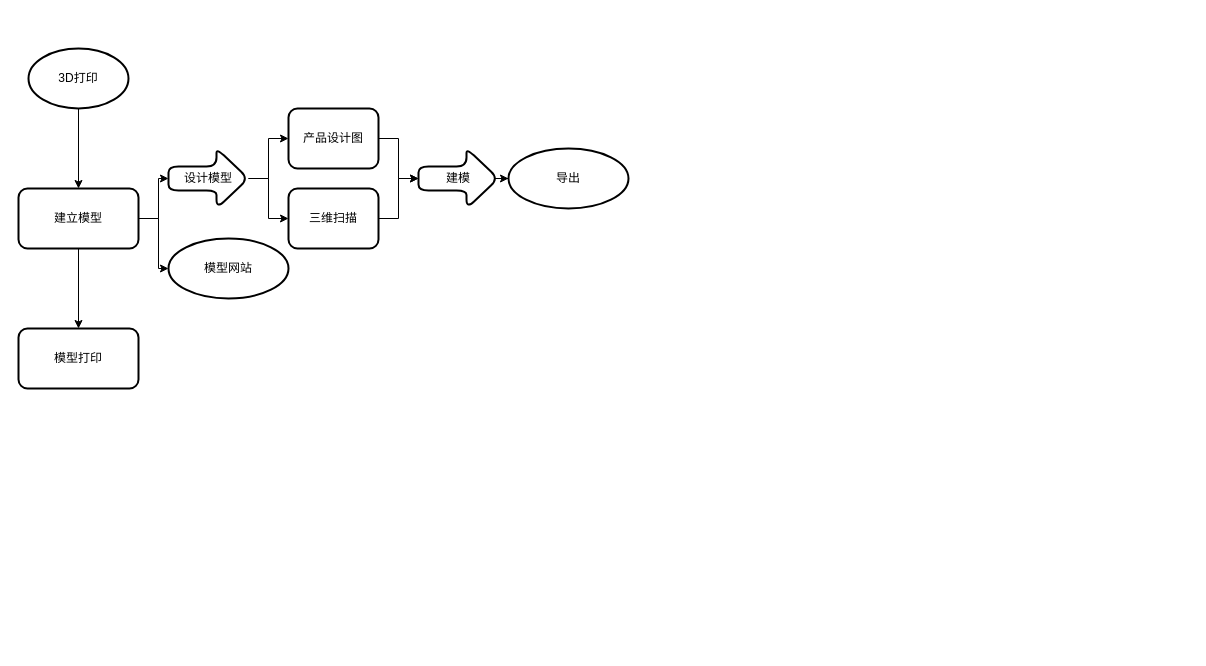
Before: Untitled Diagram.drawio in 542113461052/oj, a draw.io diagram. Source tidied: cells renumbered, new cells numbered last; positions are measured from the earlier drawing's top-left corner, leaving out a move shared by most shapes. Both pictures are drawn from the tidied source at 100%, with x=0, y=0 at pixel (18, 48).
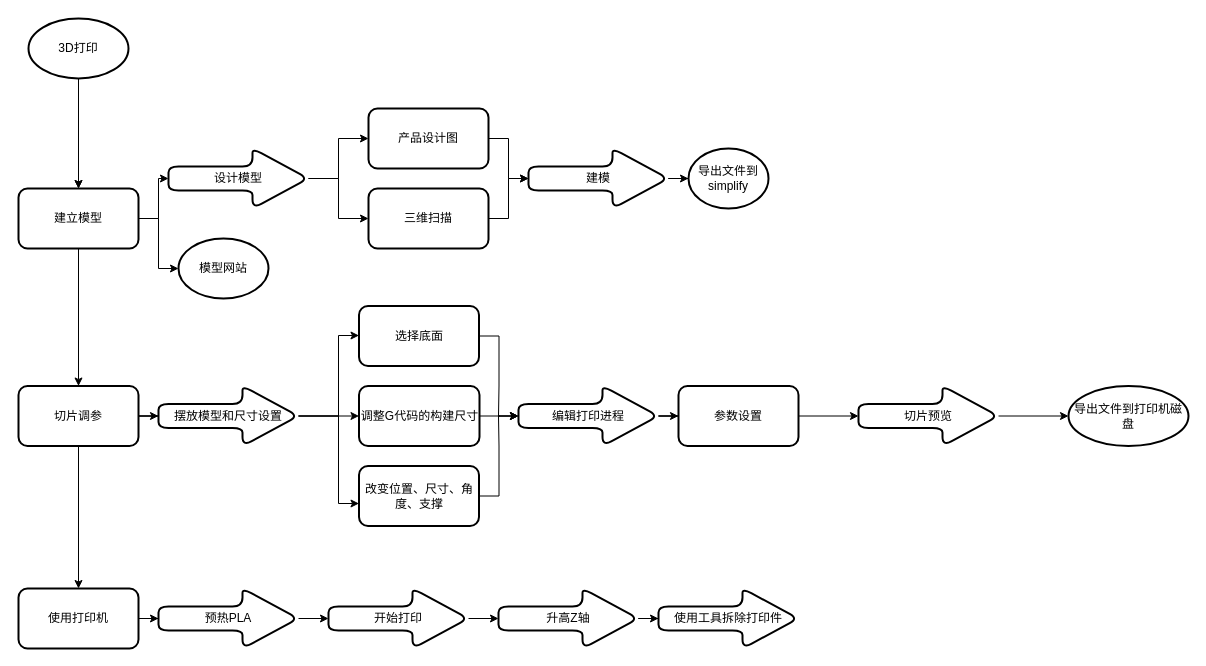
The same diagram, later.

Unchanged cells that the change refers to:
```xml
<mxCell id="7" value="建立模型" style="rounded=1;whiteSpace=wrap;html=1;strokeWidth=2;" parent="1" vertex="1">
  <mxGeometry y="140" width="120" height="60" as="geometry" />
</mxCell>
```

Diff of the diagram source:
```diff
@@
+    <mxCell id="20" style="edgeStyle=orthogonalEdgeStyle;rounded=0;jettySize=auto;html=1;" parent="1" edge="1" source="3" target="7">
+      <mxGeometry relative="1" as="geometry" />
+    </mxCell>
     <mxCell id="3" value="3D打印" style="strokeWidth=2;html=1;shape=mxgraph.flowchart.start_1;whiteSpace=wrap;" parent="1" vertex="1">
-      <mxGeometry x="10" width="100" height="60" as="geometry" />
+      <mxGeometry x="10" y="-30" width="100" height="60" as="geometry" />
     </mxCell>
@@
-    <mxCell id="6" style="edgeStyle=orthogonalEdgeStyle;rounded=0;jettySize=auto;html=1;" parent="1" edge="1" source="7" target="19">
-      <mxGeometry relative="1" as="geometry" />
-    </mxCell>
+    <mxCell id="21" style="edgeStyle=orthogonalEdgeStyle;rounded=0;jettySize=auto;html=1;" parent="1" edge="1" source="7" target="24">
+      <mxGeometry relative="1" as="geometry" />
+    </mxCell>
@@
+    <mxCell id="9" style="edgeStyle=orthogonalEdgeStyle;rounded=0;jettySize=auto;html=1;" parent="1" edge="1" source="10" target="14">
+      <mxGeometry relative="1" as="geometry" />
+    </mxCell>
-    <mxCell id="8" style="edgeStyle=orthogonalEdgeStyle;rounded=0;jettySize=auto;html=1;" parent="1" edge="1" source="10" target="12">
+    <mxCell id="8" style="edgeStyle=orthogonalEdgeStyle;rounded=0;jettySize=auto;html=1;exitX=1;exitY=0.5;exitDx=0;exitDy=0;exitPerimeter=0;entryX=0;entryY=0.5;entryDx=0;entryDy=0;" parent="1" edge="1" source="10" target="12">
       <mxGeometry relative="1" as="geometry" />
     </mxCell>
-    <mxCell id="9" style="edgeStyle=orthogonalEdgeStyle;rounded=0;jettySize=auto;html=1;" parent="1" edge="1" source="10" target="14">
-      <mxGeometry relative="1" as="geometry" />
-    </mxCell>
     <mxCell id="10" value="设计模型" style="shape=singleArrow;whiteSpace=wrap;html=1;arrowWidth=0.4;arrowSize=0.4;rounded=1;strokeWidth=2;" parent="1" vertex="1">
-      <mxGeometry x="150" y="100" width="80" height="60" as="geometry" />
+      <mxGeometry x="150" y="100" width="140" height="60" as="geometry" />
     </mxCell>
@@
     <mxCell id="12" value="产品设计图" style="whiteSpace=wrap;html=1;rounded=1;strokeWidth=2;" parent="1" vertex="1">
-      <mxGeometry x="270" y="60" width="90" height="60" as="geometry" />
+      <mxGeometry x="350" y="60" width="120" height="60" as="geometry" />
     </mxCell>
@@
     <mxCell id="14" value="三维扫描" style="whiteSpace=wrap;html=1;rounded=1;strokeWidth=2;" parent="1" vertex="1">
-      <mxGeometry x="270" y="140" width="90" height="60" as="geometry" />
+      <mxGeometry x="350" y="140" width="120" height="60" as="geometry" />
     </mxCell>
@@
     <mxCell id="16" value="建模" style="shape=singleArrow;whiteSpace=wrap;html=1;arrowWidth=0.4;arrowSize=0.4;rounded=1;strokeWidth=2;" parent="1" vertex="1">
-      <mxGeometry x="400" y="100" width="80" height="60" as="geometry" />
+      <mxGeometry x="510" y="100" width="140" height="60" as="geometry" />
     </mxCell>
-    <mxCell id="17" value="导出" style="ellipse;whiteSpace=wrap;html=1;rounded=1;strokeWidth=2;" parent="1" vertex="1">
-      <mxGeometry x="490" y="100" width="120" height="60" as="geometry" />
+    <mxCell id="17" value="导出文件到simplify" style="ellipse;whiteSpace=wrap;html=1;rounded=1;strokeWidth=2;" parent="1" vertex="1">
+      <mxGeometry x="670" y="100" width="80" height="60" as="geometry" />
     </mxCell>
     <mxCell id="18" value="模型网站" style="ellipse;whiteSpace=wrap;html=1;rounded=1;strokeWidth=2;" parent="1" vertex="1">
-      <mxGeometry x="150" y="190" width="120" height="60" as="geometry" />
+      <mxGeometry x="160" y="190" width="90" height="60" as="geometry" />
     </mxCell>
-    <mxCell id="19" value="模型打印" style="rounded=1;whiteSpace=wrap;html=1;strokeWidth=2;" parent="1" vertex="1">
-      <mxGeometry y="280" width="120" height="60" as="geometry" />
-    </mxCell>
+    <mxCell id="22" style="edgeStyle=orthogonalEdgeStyle;rounded=0;jettySize=auto;html=1;" parent="1" edge="1" source="24" target="28">
+      <mxGeometry relative="1" as="geometry" />
+    </mxCell>
+    <mxCell id="23" style="edgeStyle=orthogonalEdgeStyle;rounded=0;jettySize=auto;html=1;" parent="1" edge="1" source="24" target="43">
+      <mxGeometry relative="1" as="geometry" />
+    </mxCell>
+    <mxCell id="24" value="切片调参" style="rounded=1;whiteSpace=wrap;html=1;strokeWidth=2;" parent="1" vertex="1">
+      <mxGeometry y="337.5" width="120" height="60" as="geometry" />
+    </mxCell>
+    <mxCell id="25" style="edgeStyle=orthogonalEdgeStyle;rounded=0;jettySize=auto;html=1;" parent="1" edge="1" source="28" target="30">
+      <mxGeometry relative="1" as="geometry">
+        <Array as="points">
+          <mxPoint x="320" y="367" />
+          <mxPoint x="320" y="287" />
+        </Array>
+      </mxGeometry>
+    </mxCell>
+    <mxCell id="26" style="edgeStyle=orthogonalEdgeStyle;rounded=0;jettySize=auto;html=1;" parent="1" edge="1" source="28" target="34">
+      <mxGeometry relative="1" as="geometry">
+        <Array as="points">
+          <mxPoint x="320" y="367" />
+          <mxPoint x="320" y="455" />
+        </Array>
+      </mxGeometry>
+    </mxCell>
+    <mxCell id="27" style="edgeStyle=orthogonalEdgeStyle;rounded=0;jettySize=auto;html=1;exitX=1;exitY=0.5;exitDx=0;exitDy=0;exitPerimeter=0;entryX=0;entryY=0.5;entryDx=0;entryDy=0;" parent="1" edge="1" source="28" target="32">
+      <mxGeometry relative="1" as="geometry" />
+    </mxCell>
+    <mxCell id="28" value="摆放模型和尺寸设置" style="shape=singleArrow;whiteSpace=wrap;html=1;arrowWidth=0.4;arrowSize=0.4;rounded=1;strokeWidth=2;" parent="1" vertex="1">
+      <mxGeometry x="140" y="337.5" width="140" height="60" as="geometry" />
+    </mxCell>
+    <mxCell id="29" style="edgeStyle=orthogonalEdgeStyle;rounded=0;jettySize=auto;html=1;exitX=1;exitY=0.5;exitDx=0;exitDy=0;entryX=0;entryY=0.5;entryDx=0;entryDy=0;entryPerimeter=0;" parent="1" edge="1" source="30" target="36">
+      <mxGeometry relative="1" as="geometry" />
+    </mxCell>
+    <mxCell id="30" value="选择底面" style="whiteSpace=wrap;html=1;rounded=1;strokeWidth=2;" parent="1" vertex="1">
+      <mxGeometry x="340.5" y="257.5" width="120" height="60" as="geometry" />
+    </mxCell>
+    <mxCell id="31" style="edgeStyle=orthogonalEdgeStyle;rounded=0;jettySize=auto;html=1;" parent="1" edge="1" source="32" target="36">
+      <mxGeometry relative="1" as="geometry" />
+    </mxCell>
+    <mxCell id="32" value="调整G代码的构建尺寸" style="whiteSpace=wrap;html=1;rounded=1;strokeWidth=2;" parent="1" vertex="1">
+      <mxGeometry x="340.5" y="337.5" width="120.5" height="60" as="geometry" />
+    </mxCell>
+    <mxCell id="33" style="edgeStyle=orthogonalEdgeStyle;rounded=0;jettySize=auto;html=1;exitX=1;exitY=0.5;exitDx=0;exitDy=0;entryX=0;entryY=0.5;entryDx=0;entryDy=0;entryPerimeter=0;" parent="1" edge="1" source="34" target="36">
+      <mxGeometry relative="1" as="geometry" />
+    </mxCell>
+    <mxCell id="34" value="改变位置、尺寸、角度、支撑" style="whiteSpace=wrap;html=1;rounded=1;strokeWidth=2;" parent="1" vertex="1">
+      <mxGeometry x="340.5" y="417.5" width="120" height="60" as="geometry" />
+    </mxCell>
+    <mxCell id="35" style="edgeStyle=orthogonalEdgeStyle;rounded=0;jettySize=auto;html=1;" parent="1" edge="1" source="36" target="38">
+      <mxGeometry relative="1" as="geometry" />
+    </mxCell>
+    <mxCell id="36" value="编辑打印进程" style="shape=singleArrow;whiteSpace=wrap;html=1;arrowWidth=0.4;arrowSize=0.4;rounded=1;strokeWidth=2;" parent="1" vertex="1">
+      <mxGeometry x="500" y="337.5" width="140" height="60" as="geometry" />
+    </mxCell>
+    <mxCell id="37" style="edgeStyle=orthogonalEdgeStyle;rounded=0;jettySize=auto;html=1;" parent="1" edge="1" source="38" target="40">
+      <mxGeometry relative="1" as="geometry" />
+    </mxCell>
+    <mxCell id="38" value="参数设置" style="whiteSpace=wrap;html=1;rounded=1;strokeWidth=2;" parent="1" vertex="1">
+      <mxGeometry x="660" y="337.5" width="120" height="60" as="geometry" />
+    </mxCell>
+    <mxCell id="39" style="edgeStyle=orthogonalEdgeStyle;rounded=0;jettySize=auto;html=1;" parent="1" edge="1" source="40" target="41">
+      <mxGeometry relative="1" as="geometry" />
+    </mxCell>
+    <mxCell id="40" value="切片预览" style="shape=singleArrow;whiteSpace=wrap;html=1;arrowWidth=0.4;arrowSize=0.4;rounded=1;strokeWidth=2;" parent="1" vertex="1">
+      <mxGeometry x="840" y="337.5" width="140" height="60" as="geometry" />
+    </mxCell>
+    <mxCell id="41" value="导出文件到打印机磁盘" style="ellipse;whiteSpace=wrap;html=1;rounded=1;strokeWidth=2;" parent="1" vertex="1">
+      <mxGeometry x="1050" y="337.5" width="120" height="60" as="geometry" />
+    </mxCell>
+    <mxCell id="42" style="edgeStyle=orthogonalEdgeStyle;rounded=0;jettySize=auto;html=1;" parent="1" edge="1" source="43" target="45">
+      <mxGeometry relative="1" as="geometry" />
+    </mxCell>
+    <mxCell id="43" value="使用打印机" style="rounded=1;whiteSpace=wrap;html=1;strokeWidth=2;" parent="1" vertex="1">
+      <mxGeometry y="540" width="120" height="60" as="geometry" />
+    </mxCell>
+    <mxCell id="44" style="edgeStyle=orthogonalEdgeStyle;rounded=0;jettySize=auto;html=1;" parent="1" edge="1" source="45" target="47">
+      <mxGeometry relative="1" as="geometry" />
+    </mxCell>
+    <mxCell id="45" value="预热PLA" style="shape=singleArrow;whiteSpace=wrap;html=1;arrowWidth=0.4;arrowSize=0.4;rounded=1;strokeWidth=2;" parent="1" vertex="1">
+      <mxGeometry x="140" y="540" width="140" height="60" as="geometry" />
+    </mxCell>
+    <mxCell id="46" style="edgeStyle=orthogonalEdgeStyle;rounded=0;jettySize=auto;html=1;" parent="1" edge="1" source="47" target="49">
+      <mxGeometry relative="1" as="geometry" />
+    </mxCell>
+    <mxCell id="47" value="开始打印" style="shape=singleArrow;whiteSpace=wrap;html=1;arrowWidth=0.4;arrowSize=0.4;rounded=1;strokeWidth=2;" parent="1" vertex="1">
+      <mxGeometry x="310" y="540" width="140" height="60" as="geometry" />
+    </mxCell>
+    <mxCell id="48" style="edgeStyle=orthogonalEdgeStyle;rounded=0;jettySize=auto;html=1;" parent="1" edge="1" source="49" target="50">
+      <mxGeometry relative="1" as="geometry" />
+    </mxCell>
+    <mxCell id="49" value="升高Z轴" style="shape=singleArrow;whiteSpace=wrap;html=1;arrowWidth=0.4;arrowSize=0.4;rounded=1;strokeWidth=2;" parent="1" vertex="1">
+      <mxGeometry x="480" y="540" width="140" height="60" as="geometry" />
+    </mxCell>
+    <mxCell id="50" value="使用工具拆除打印件" style="shape=singleArrow;whiteSpace=wrap;html=1;arrowWidth=0.4;arrowSize=0.4;rounded=1;strokeWidth=2;" parent="1" vertex="1">
+      <mxGeometry x="640" y="540" width="140" height="60" as="geometry" />
+    </mxCell>
```
